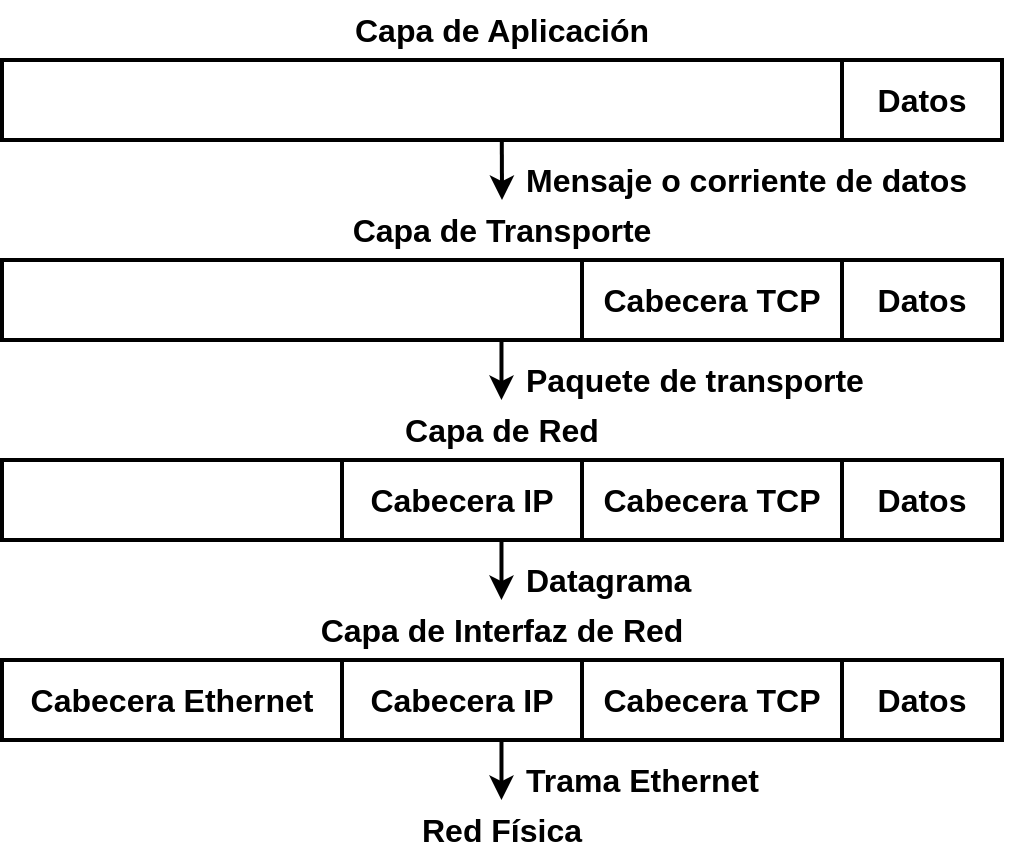
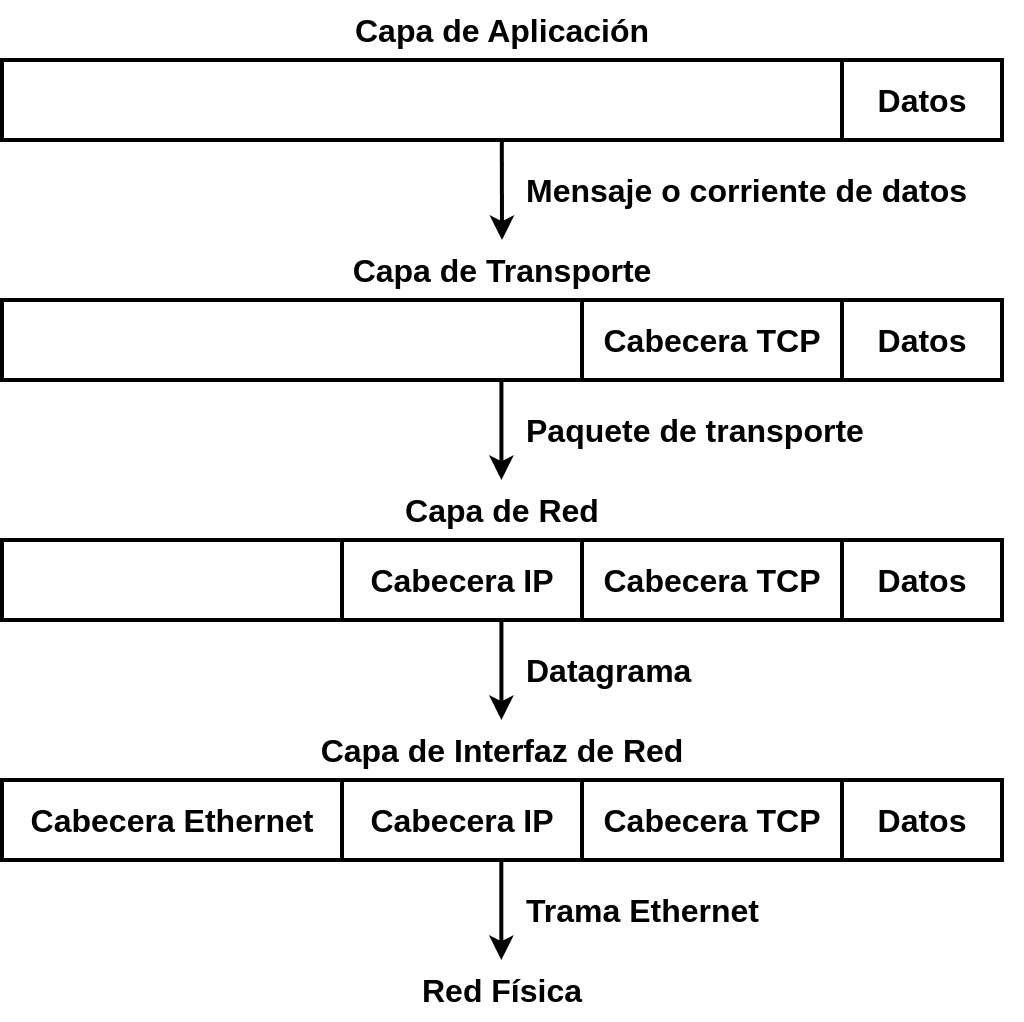
<mxfile host="Electron" agent="Mozilla/5.0 (Windows NT 10.0; Win64; x64) AppleWebKit/537.36 (KHTML, like Gecko) draw.io/24.7.5 Chrome/126.0.6478.183 Electron/31.3.0 Safari/537.36" version="24.7.5">
  <diagram name="Página-1" id="8G3KxYVdQqa2T4BavLge">
-     <mxGraphModel dx="607" dy="367" grid="1" gridSize="10" guides="1" tooltips="1" connect="1" arrows="1" fold="1" page="1" pageScale="1" pageWidth="827" pageHeight="1169" math="0" shadow="0">
+     <mxGraphModel dx="880" dy="532" grid="1" gridSize="10" guides="1" tooltips="1" connect="1" arrows="1" fold="1" page="1" pageScale="1" pageWidth="827" pageHeight="1169" math="0" shadow="0">
      <root>
        <mxCell id="0" />
        <mxCell id="1" parent="0" />
-         <mxCell id="eV2ndu9tWPrSb6kDX2up-1" value="Cabecera Ethernet" style="rounded=0;whiteSpace=wrap;html=1;strokeWidth=2;fontSize=16;fontStyle=1;fillColor=none;" parent="1" vertex="1">
-           <mxGeometry x="110" y="460" width="170" height="40" as="geometry" />
+         <mxCell id="jvAf-Y62sDNGeC-M8dtx-1" value="Cabecera Ethernet" style="rounded=0;whiteSpace=wrap;html=1;strokeWidth=2;fontSize=16;fontStyle=1;fillColor=none;" vertex="1" parent="1">
+           <mxGeometry x="130" y="450" width="170" height="40" as="geometry" />
        </mxCell>
-         <mxCell id="eV2ndu9tWPrSb6kDX2up-2" value="Cabecera IP" style="rounded=0;whiteSpace=wrap;html=1;strokeWidth=2;fontSize=16;fontStyle=1;fillColor=none;" parent="1" vertex="1">
-           <mxGeometry x="280" y="460" width="120" height="40" as="geometry" />
+         <mxCell id="jvAf-Y62sDNGeC-M8dtx-2" value="Cabecera IP" style="rounded=0;whiteSpace=wrap;html=1;strokeWidth=2;fontSize=16;fontStyle=1;fillColor=none;" vertex="1" parent="1">
+           <mxGeometry x="300" y="450" width="120" height="40" as="geometry" />
        </mxCell>
-         <mxCell id="eV2ndu9tWPrSb6kDX2up-3" value="Cabecera TCP" style="rounded=0;whiteSpace=wrap;html=1;strokeWidth=2;fontSize=16;fontStyle=1;fillColor=none;" parent="1" vertex="1">
-           <mxGeometry x="400" y="460" width="130" height="40" as="geometry" />
+         <mxCell id="jvAf-Y62sDNGeC-M8dtx-3" value="Cabecera TCP" style="rounded=0;whiteSpace=wrap;html=1;strokeWidth=2;fontSize=16;fontStyle=1;fillColor=none;" vertex="1" parent="1">
+           <mxGeometry x="420" y="450" width="130" height="40" as="geometry" />
        </mxCell>
-         <mxCell id="eV2ndu9tWPrSb6kDX2up-4" value="Datos" style="rounded=0;whiteSpace=wrap;html=1;strokeWidth=2;fontSize=16;fontStyle=1;fillColor=none;" parent="1" vertex="1">
-           <mxGeometry x="530" y="460" width="80" height="40" as="geometry" />
+         <mxCell id="jvAf-Y62sDNGeC-M8dtx-4" value="Datos" style="rounded=0;whiteSpace=wrap;html=1;strokeWidth=2;fontSize=16;fontStyle=1;fillColor=none;" vertex="1" parent="1">
+           <mxGeometry x="550" y="450" width="80" height="40" as="geometry" />
        </mxCell>
-         <mxCell id="eV2ndu9tWPrSb6kDX2up-6" value="Cabecera IP" style="rounded=0;whiteSpace=wrap;html=1;strokeWidth=2;fontSize=16;fontStyle=1;fillColor=none;" parent="1" vertex="1">
-           <mxGeometry x="280" y="360" width="120" height="40" as="geometry" />
+         <mxCell id="jvAf-Y62sDNGeC-M8dtx-5" value="Cabecera IP" style="rounded=0;whiteSpace=wrap;html=1;strokeWidth=2;fontSize=16;fontStyle=1;fillColor=none;" vertex="1" parent="1">
+           <mxGeometry x="300" y="330" width="120" height="40" as="geometry" />
        </mxCell>
-         <mxCell id="eV2ndu9tWPrSb6kDX2up-7" value="Cabecera TCP" style="rounded=0;whiteSpace=wrap;html=1;strokeWidth=2;fontSize=16;fontStyle=1;fillColor=none;" parent="1" vertex="1">
-           <mxGeometry x="400" y="360" width="130" height="40" as="geometry" />
+         <mxCell id="jvAf-Y62sDNGeC-M8dtx-6" value="Cabecera TCP" style="rounded=0;whiteSpace=wrap;html=1;strokeWidth=2;fontSize=16;fontStyle=1;fillColor=none;" vertex="1" parent="1">
+           <mxGeometry x="420" y="330" width="130" height="40" as="geometry" />
        </mxCell>
-         <mxCell id="eV2ndu9tWPrSb6kDX2up-8" value="Datos" style="rounded=0;whiteSpace=wrap;html=1;strokeWidth=2;fontSize=16;fontStyle=1;fillColor=none;" parent="1" vertex="1">
-           <mxGeometry x="530" y="360" width="80" height="40" as="geometry" />
+         <mxCell id="jvAf-Y62sDNGeC-M8dtx-7" value="Datos" style="rounded=0;whiteSpace=wrap;html=1;strokeWidth=2;fontSize=16;fontStyle=1;fillColor=none;" vertex="1" parent="1">
+           <mxGeometry x="550" y="330" width="80" height="40" as="geometry" />
        </mxCell>
-         <mxCell id="eV2ndu9tWPrSb6kDX2up-11" value="Cabecera TCP" style="rounded=0;whiteSpace=wrap;html=1;strokeWidth=2;fontSize=16;fontStyle=1;fillColor=none;" parent="1" vertex="1">
-           <mxGeometry x="400" y="260" width="130" height="40" as="geometry" />
+         <mxCell id="jvAf-Y62sDNGeC-M8dtx-8" value="Cabecera TCP" style="rounded=0;whiteSpace=wrap;html=1;strokeWidth=2;fontSize=16;fontStyle=1;fillColor=none;" vertex="1" parent="1">
+           <mxGeometry x="420" y="210" width="130" height="40" as="geometry" />
        </mxCell>
-         <mxCell id="eV2ndu9tWPrSb6kDX2up-12" value="Datos" style="rounded=0;whiteSpace=wrap;html=1;strokeWidth=2;fontSize=16;fontStyle=1;fillColor=none;" parent="1" vertex="1">
-           <mxGeometry x="530" y="260" width="80" height="40" as="geometry" />
+         <mxCell id="jvAf-Y62sDNGeC-M8dtx-9" value="Datos" style="rounded=0;whiteSpace=wrap;html=1;strokeWidth=2;fontSize=16;fontStyle=1;fillColor=none;" vertex="1" parent="1">
+           <mxGeometry x="550" y="210" width="80" height="40" as="geometry" />
        </mxCell>
-         <mxCell id="eV2ndu9tWPrSb6kDX2up-16" value="Datos" style="rounded=0;whiteSpace=wrap;html=1;strokeWidth=2;fontSize=16;fontStyle=1;fillColor=none;fontFamily=Helvetica;" parent="1" vertex="1">
-           <mxGeometry x="530" y="160" width="80" height="40" as="geometry" />
+         <mxCell id="jvAf-Y62sDNGeC-M8dtx-10" value="Datos" style="rounded=0;whiteSpace=wrap;html=1;strokeWidth=2;fontSize=16;fontStyle=1;fillColor=none;fontFamily=Helvetica;" vertex="1" parent="1">
+           <mxGeometry x="550" y="90" width="80" height="40" as="geometry" />
        </mxCell>
-         <mxCell id="eV2ndu9tWPrSb6kDX2up-17" value="" style="rounded=0;whiteSpace=wrap;html=1;strokeWidth=2;fontSize=16;fontStyle=1;fillColor=none;" parent="1" vertex="1">
-           <mxGeometry x="110" y="160" width="420" height="40" as="geometry" />
+         <mxCell id="jvAf-Y62sDNGeC-M8dtx-11" value="" style="rounded=0;whiteSpace=wrap;html=1;strokeWidth=2;fontSize=16;fontStyle=1;fillColor=none;" vertex="1" parent="1">
+           <mxGeometry x="130" y="90" width="420" height="40" as="geometry" />
        </mxCell>
-         <mxCell id="eV2ndu9tWPrSb6kDX2up-18" value="" style="rounded=0;whiteSpace=wrap;html=1;strokeWidth=2;fontSize=16;fontStyle=1;fillColor=none;" parent="1" vertex="1">
-           <mxGeometry x="110" y="260" width="290" height="40" as="geometry" />
+         <mxCell id="jvAf-Y62sDNGeC-M8dtx-12" value="" style="rounded=0;whiteSpace=wrap;html=1;strokeWidth=2;fontSize=16;fontStyle=1;fillColor=none;" vertex="1" parent="1">
+           <mxGeometry x="130" y="210" width="290" height="40" as="geometry" />
        </mxCell>
-         <mxCell id="eV2ndu9tWPrSb6kDX2up-19" value="" style="rounded=0;whiteSpace=wrap;html=1;strokeWidth=2;fontSize=16;fontStyle=1;fillColor=none;" parent="1" vertex="1">
-           <mxGeometry x="110" y="360" width="170" height="40" as="geometry" />
+         <mxCell id="jvAf-Y62sDNGeC-M8dtx-13" value="" style="rounded=0;whiteSpace=wrap;html=1;strokeWidth=2;fontSize=16;fontStyle=1;fillColor=none;" vertex="1" parent="1">
+           <mxGeometry x="130" y="330" width="170" height="40" as="geometry" />
        </mxCell>
-         <mxCell id="eV2ndu9tWPrSb6kDX2up-20" value="Capa de Aplicación" style="text;html=1;align=center;verticalAlign=middle;whiteSpace=wrap;rounded=0;fontSize=16;fontStyle=1" parent="1" vertex="1">
-           <mxGeometry x="270" y="130" width="180" height="30" as="geometry" />
+         <mxCell id="jvAf-Y62sDNGeC-M8dtx-14" value="Capa de Aplicación" style="text;html=1;align=center;verticalAlign=middle;whiteSpace=wrap;rounded=0;fontSize=16;fontStyle=1" vertex="1" parent="1">
+           <mxGeometry x="290" y="60" width="180" height="30" as="geometry" />
        </mxCell>
-         <mxCell id="eV2ndu9tWPrSb6kDX2up-21" value="Capa de Transporte" style="text;html=1;align=center;verticalAlign=middle;whiteSpace=wrap;rounded=0;fontSize=16;fontStyle=1" parent="1" vertex="1">
-           <mxGeometry x="270" y="230" width="180" height="30" as="geometry" />
+         <mxCell id="jvAf-Y62sDNGeC-M8dtx-15" value="Capa de Transporte" style="text;html=1;align=center;verticalAlign=middle;whiteSpace=wrap;rounded=0;fontSize=16;fontStyle=1" vertex="1" parent="1">
+           <mxGeometry x="290" y="180" width="180" height="30" as="geometry" />
        </mxCell>
-         <mxCell id="eV2ndu9tWPrSb6kDX2up-22" value="Capa de Red" style="text;html=1;align=center;verticalAlign=middle;whiteSpace=wrap;rounded=0;fontSize=16;fontStyle=1" parent="1" vertex="1">
-           <mxGeometry x="270" y="330" width="180" height="30" as="geometry" />
+         <mxCell id="jvAf-Y62sDNGeC-M8dtx-16" value="Capa de Red" style="text;html=1;align=center;verticalAlign=middle;whiteSpace=wrap;rounded=0;fontSize=16;fontStyle=1" vertex="1" parent="1">
+           <mxGeometry x="290" y="300" width="180" height="30" as="geometry" />
        </mxCell>
-         <mxCell id="eV2ndu9tWPrSb6kDX2up-23" value="Capa de Interfaz de Red" style="text;html=1;align=center;verticalAlign=middle;whiteSpace=wrap;rounded=0;fontSize=16;fontStyle=1" parent="1" vertex="1">
-           <mxGeometry x="255" y="430" width="210" height="30" as="geometry" />
+         <mxCell id="jvAf-Y62sDNGeC-M8dtx-17" value="Capa de Interfaz de Red" style="text;html=1;align=center;verticalAlign=middle;whiteSpace=wrap;rounded=0;fontSize=16;fontStyle=1" vertex="1" parent="1">
+           <mxGeometry x="275" y="420" width="210" height="30" as="geometry" />
        </mxCell>
-         <mxCell id="eV2ndu9tWPrSb6kDX2up-24" value="Red Física" style="text;html=1;align=center;verticalAlign=middle;whiteSpace=wrap;rounded=0;fontSize=16;fontStyle=1" parent="1" vertex="1">
-           <mxGeometry x="270" y="530" width="180" height="30" as="geometry" />
+         <mxCell id="jvAf-Y62sDNGeC-M8dtx-18" value="Red Física" style="text;html=1;align=center;verticalAlign=middle;whiteSpace=wrap;rounded=0;fontSize=16;fontStyle=1" vertex="1" parent="1">
+           <mxGeometry x="290" y="540" width="180" height="30" as="geometry" />
        </mxCell>
-         <mxCell id="eV2ndu9tWPrSb6kDX2up-25" value="" style="endArrow=classic;html=1;rounded=0;entryX=0.5;entryY=0;entryDx=0;entryDy=0;strokeWidth=2;exitX=0.595;exitY=1;exitDx=0;exitDy=0;exitPerimeter=0;" parent="1" source="eV2ndu9tWPrSb6kDX2up-17" target="eV2ndu9tWPrSb6kDX2up-21" edge="1">
+         <mxCell id="jvAf-Y62sDNGeC-M8dtx-19" value="" style="endArrow=none;html=1;rounded=0;entryX=0.595;entryY=1;entryDx=0;entryDy=0;strokeWidth=2;entryPerimeter=0;startArrow=classic;startFill=1;endFill=0;" edge="1" parent="1" target="jvAf-Y62sDNGeC-M8dtx-11">
          <mxGeometry width="50" height="50" relative="1" as="geometry">
-             <mxPoint x="360" y="200" as="sourcePoint" />
-             <mxPoint x="420" y="330" as="targetPoint" />
+             <mxPoint x="380" y="180" as="sourcePoint" />
+             <mxPoint x="380" y="130" as="targetPoint" />
          </mxGeometry>
        </mxCell>
-         <mxCell id="eV2ndu9tWPrSb6kDX2up-26" value="" style="endArrow=classic;html=1;rounded=0;entryX=0.5;entryY=0;entryDx=0;entryDy=0;strokeWidth=2;exitX=0.595;exitY=1;exitDx=0;exitDy=0;exitPerimeter=0;" parent="1" edge="1">
+         <mxCell id="jvAf-Y62sDNGeC-M8dtx-20" value="Mensaje o corriente de datos" style="text;html=1;align=left;verticalAlign=middle;whiteSpace=wrap;rounded=0;fontSize=16;fontStyle=1" vertex="1" parent="1">
+           <mxGeometry x="390" y="130" width="250" height="50" as="geometry" />
+         </mxCell>
+         <mxCell id="jvAf-Y62sDNGeC-M8dtx-21" value="Paquete de transporte" style="text;html=1;align=left;verticalAlign=middle;whiteSpace=wrap;rounded=0;fontSize=16;fontStyle=1" vertex="1" parent="1">
+           <mxGeometry x="390" y="250" width="250" height="50" as="geometry" />
+         </mxCell>
+         <mxCell id="jvAf-Y62sDNGeC-M8dtx-22" value="Datagrama" style="text;html=1;align=left;verticalAlign=middle;whiteSpace=wrap;rounded=0;fontSize=16;fontStyle=1" vertex="1" parent="1">
+           <mxGeometry x="390" y="370" width="250" height="50" as="geometry" />
+         </mxCell>
+         <mxCell id="jvAf-Y62sDNGeC-M8dtx-23" value="Trama Ethernet" style="text;html=1;align=left;verticalAlign=middle;whiteSpace=wrap;rounded=0;fontSize=16;fontStyle=1" vertex="1" parent="1">
+           <mxGeometry x="390" y="490" width="250" height="50" as="geometry" />
+         </mxCell>
+         <mxCell id="jvAf-Y62sDNGeC-M8dtx-24" value="" style="endArrow=none;html=1;rounded=0;entryX=0.595;entryY=1;entryDx=0;entryDy=0;strokeWidth=2;entryPerimeter=0;startArrow=classic;startFill=1;endFill=0;" edge="1" parent="1">
          <mxGeometry width="50" height="50" relative="1" as="geometry">
-             <mxPoint x="359.74" y="300" as="sourcePoint" />
-             <mxPoint x="359.74" y="330" as="targetPoint" />
+             <mxPoint x="379.71" y="300" as="sourcePoint" />
+             <mxPoint x="379.71" y="250" as="targetPoint" />
          </mxGeometry>
        </mxCell>
-         <mxCell id="eV2ndu9tWPrSb6kDX2up-27" value="" style="endArrow=classic;html=1;rounded=0;entryX=0.5;entryY=0;entryDx=0;entryDy=0;strokeWidth=2;exitX=0.595;exitY=1;exitDx=0;exitDy=0;exitPerimeter=0;" parent="1" edge="1">
+         <mxCell id="jvAf-Y62sDNGeC-M8dtx-25" value="" style="endArrow=none;html=1;rounded=0;entryX=0.595;entryY=1;entryDx=0;entryDy=0;strokeWidth=2;entryPerimeter=0;startArrow=classic;startFill=1;endFill=0;" edge="1" parent="1">
          <mxGeometry width="50" height="50" relative="1" as="geometry">
-             <mxPoint x="359.74" y="400" as="sourcePoint" />
-             <mxPoint x="359.74" y="430" as="targetPoint" />
+             <mxPoint x="379.71" y="420" as="sourcePoint" />
+             <mxPoint x="379.71" y="370" as="targetPoint" />
          </mxGeometry>
        </mxCell>
-         <mxCell id="eV2ndu9tWPrSb6kDX2up-28" value="" style="endArrow=classic;html=1;rounded=0;entryX=0.5;entryY=0;entryDx=0;entryDy=0;strokeWidth=2;exitX=0.595;exitY=1;exitDx=0;exitDy=0;exitPerimeter=0;" parent="1" edge="1">
+         <mxCell id="jvAf-Y62sDNGeC-M8dtx-26" value="" style="endArrow=none;html=1;rounded=0;entryX=0.595;entryY=1;entryDx=0;entryDy=0;strokeWidth=2;entryPerimeter=0;startArrow=classic;startFill=1;endFill=0;" edge="1" parent="1">
          <mxGeometry width="50" height="50" relative="1" as="geometry">
-             <mxPoint x="359.74" y="500" as="sourcePoint" />
-             <mxPoint x="359.74" y="530" as="targetPoint" />
+             <mxPoint x="379.65999999999997" y="540" as="sourcePoint" />
+             <mxPoint x="379.65999999999997" y="490" as="targetPoint" />
          </mxGeometry>
-         </mxCell>
-         <mxCell id="eV2ndu9tWPrSb6kDX2up-29" value="Mensaje o corriente de datos" style="text;html=1;align=left;verticalAlign=middle;whiteSpace=wrap;rounded=0;fontSize=16;fontStyle=1" parent="1" vertex="1">
-           <mxGeometry x="370" y="200" width="250" height="40" as="geometry" />
-         </mxCell>
-         <mxCell id="eV2ndu9tWPrSb6kDX2up-30" value="Paquete de transporte" style="text;html=1;align=left;verticalAlign=middle;whiteSpace=wrap;rounded=0;fontSize=16;fontStyle=1" parent="1" vertex="1">
-           <mxGeometry x="370" y="300" width="250" height="40" as="geometry" />
-         </mxCell>
-         <mxCell id="eV2ndu9tWPrSb6kDX2up-31" value="Datagrama" style="text;html=1;align=left;verticalAlign=middle;whiteSpace=wrap;rounded=0;fontSize=16;fontStyle=1" parent="1" vertex="1">
-           <mxGeometry x="370" y="400" width="250" height="40" as="geometry" />
-         </mxCell>
-         <mxCell id="eV2ndu9tWPrSb6kDX2up-32" value="Trama Ethernet" style="text;html=1;align=left;verticalAlign=middle;whiteSpace=wrap;rounded=0;fontSize=16;fontStyle=1" parent="1" vertex="1">
-           <mxGeometry x="370" y="500" width="250" height="40" as="geometry" />
        </mxCell>
      </root>
    </mxGraphModel>
  </diagram>
</mxfile>
